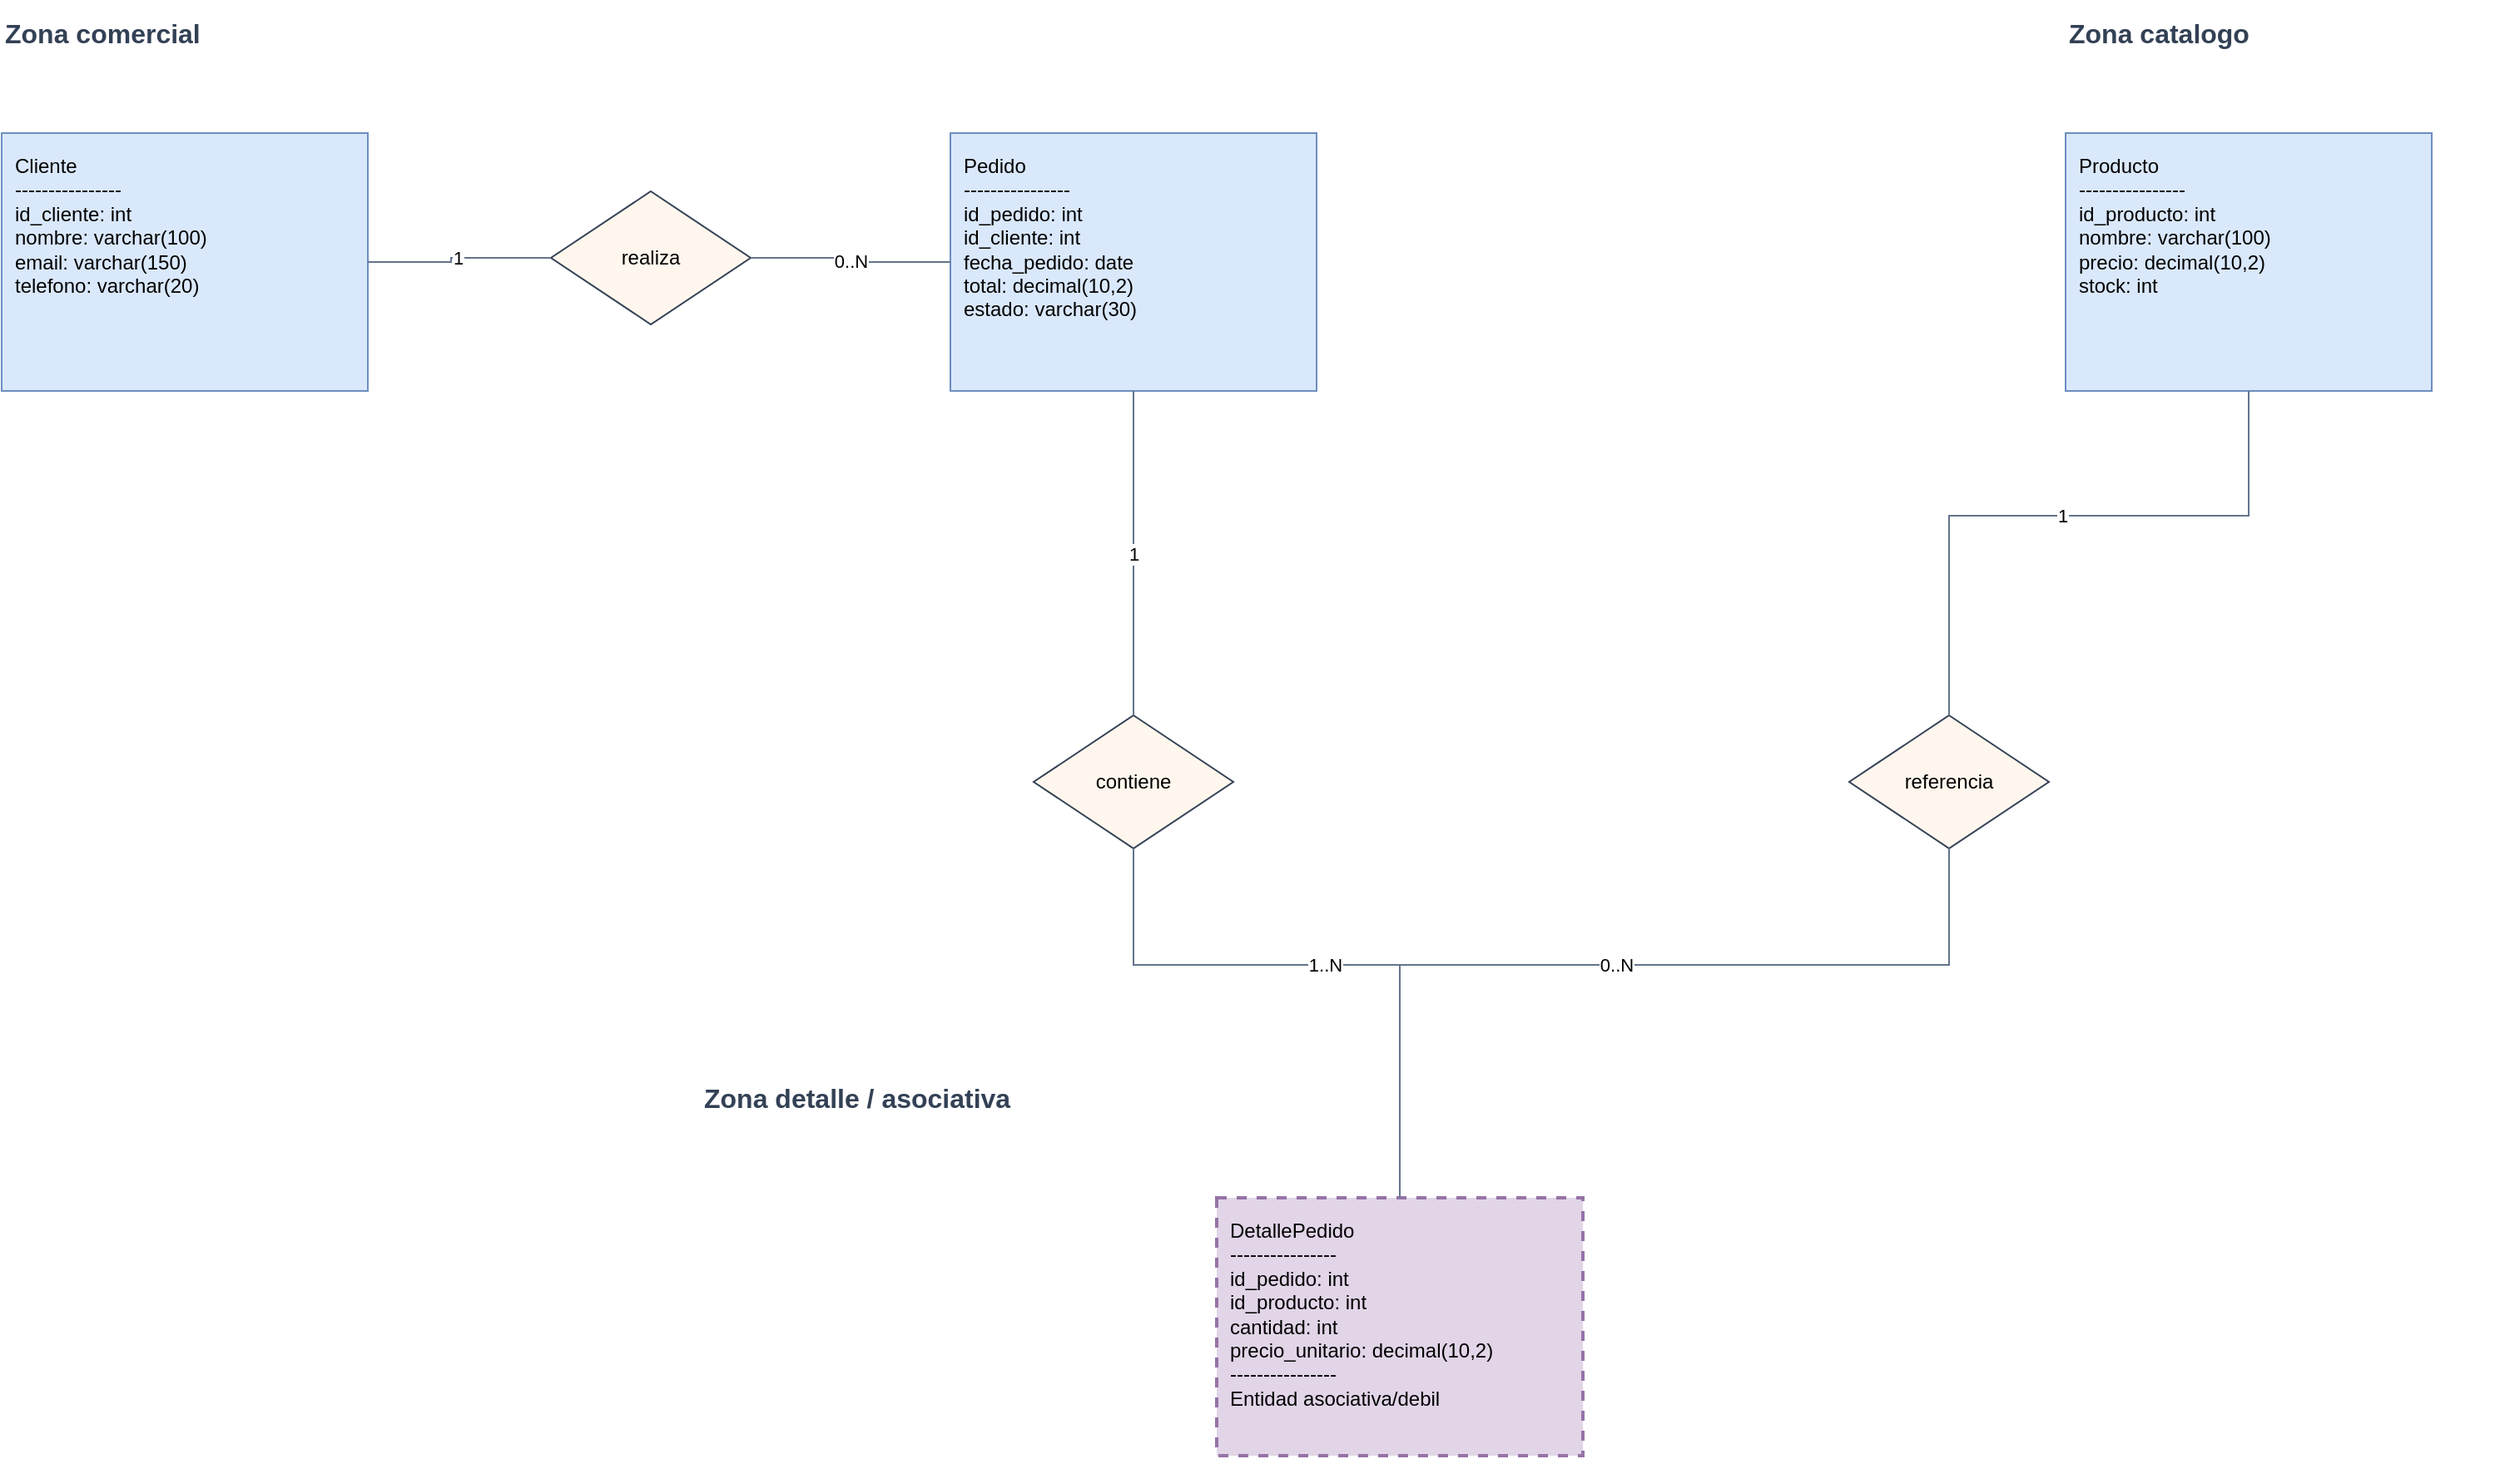
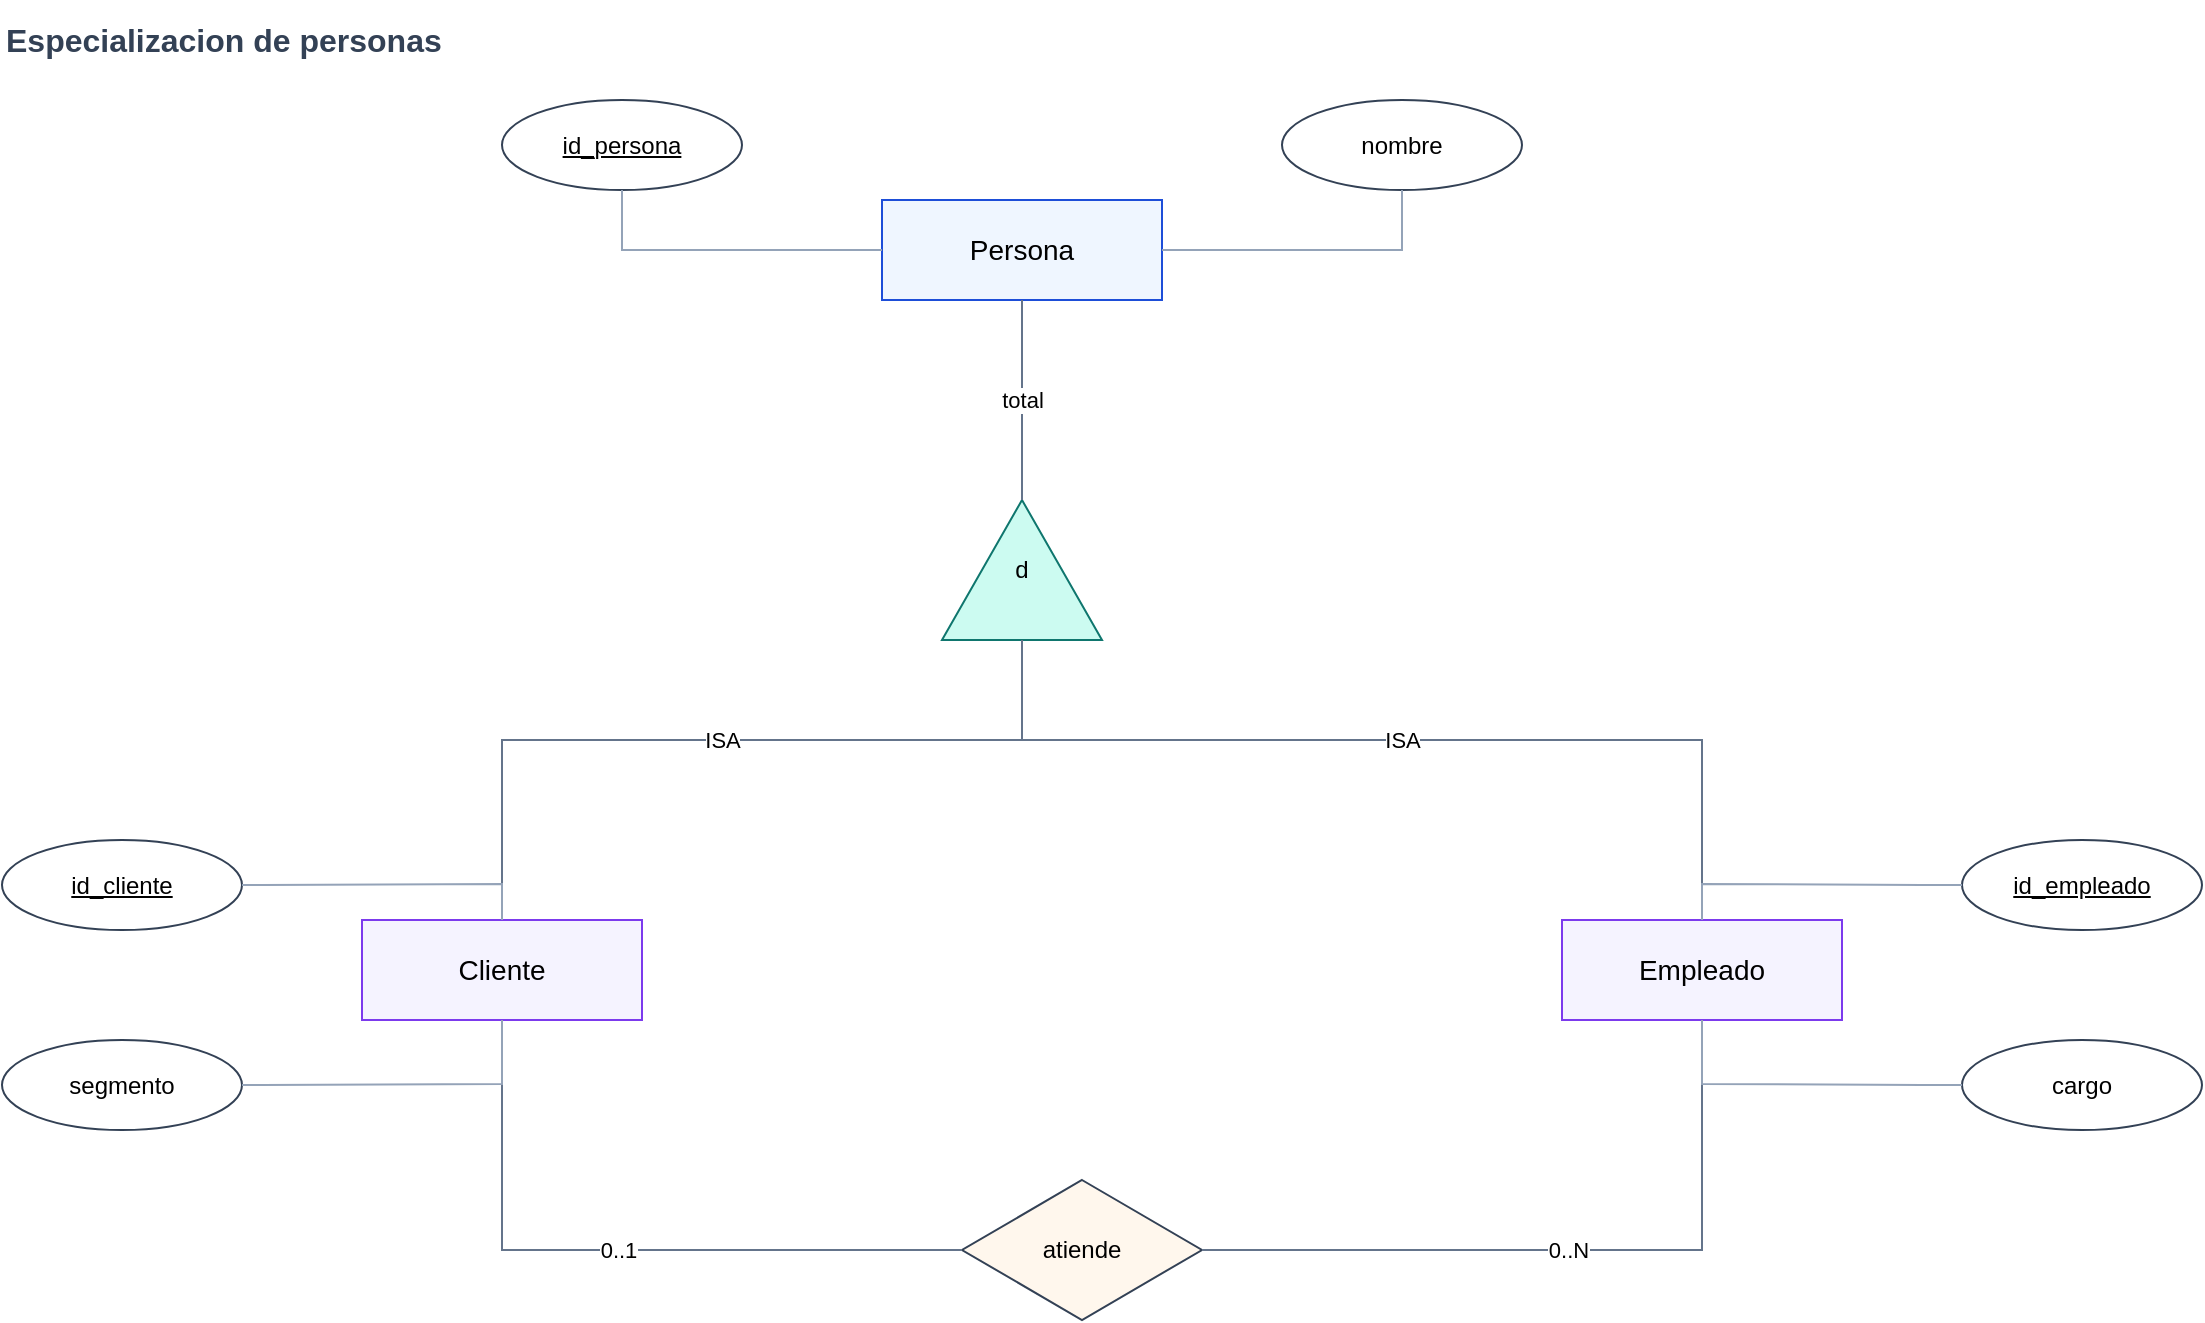
<?xml version='1.0' encoding='utf-8'?>
<mxfile host="app.diagrams.net" agent="drawio-mer-skill" version="24.7.17">
  <diagram id="mere_ejemplo" name="MERE">
    <mxGraphModel dx="1200" dy="900" grid="1" gridSize="10" guides="1" tooltips="1" connect="1" arrows="1" fold="1" page="1" pageScale="1" pageWidth="2400" pageHeight="1600" math="0" shadow="0">
      <root>
        <mxCell id="0" />
        <mxCell id="1" parent="0" />
-         <mxCell id="zone_comercial" value="Zona comercial" style="text;html=1;strokeColor=none;fillColor=none;align=left;verticalAlign=middle;whiteSpace=wrap;rounded=0;fontSize=16;fontStyle=1;fontColor=#334155;" vertex="1" parent="1">
-           <mxGeometry x="80" y="40" width="260" height="40" as="geometry" />
+         <mxCell id="zone_personas" value="Especializacion de personas" style="text;html=1;strokeColor=none;fillColor=none;align=left;verticalAlign=middle;whiteSpace=wrap;rounded=0;fontSize=16;fontStyle=1;fontColor=#334155;" vertex="1" parent="1">
+           <mxGeometry x="80" y="20" width="320" height="40" as="geometry" />
        </mxCell>
-         <mxCell id="zone_catalogo" value="Zona catalogo" style="text;html=1;strokeColor=none;fillColor=none;align=left;verticalAlign=middle;whiteSpace=wrap;rounded=0;fontSize=16;fontStyle=1;fontColor=#334155;" vertex="1" parent="1">
-           <mxGeometry x="1320" y="40" width="260" height="40" as="geometry" />
+         <mxCell id="entity_persona" value="Persona" style="rounded=0;whiteSpace=wrap;html=1;align=center;verticalAlign=middle;fontSize=14;strokeColor=#1d4ed8;fillColor=#eff6ff;" vertex="1" parent="1">
+           <mxGeometry x="520" y="120" width="140" height="50" as="geometry" />
        </mxCell>
-         <mxCell id="zone_detalle" value="Zona detalle / asociativa" style="text;html=1;strokeColor=none;fillColor=none;align=left;verticalAlign=middle;whiteSpace=wrap;rounded=0;fontSize=16;fontStyle=1;fontColor=#334155;" vertex="1" parent="1">
-           <mxGeometry x="500" y="680" width="260" height="40" as="geometry" />
+         <mxCell id="entity_cliente" value="Cliente" style="rounded=0;whiteSpace=wrap;html=1;align=center;verticalAlign=middle;fontSize=14;strokeColor=#7c3aed;fillColor=#f5f3ff;" vertex="1" parent="1">
+           <mxGeometry x="260" y="480" width="140" height="50" as="geometry" />
        </mxCell>
-         <mxCell id="entity_cliente" value="Cliente&lt;br&gt;----------------&lt;br&gt;id_cliente: int&lt;br&gt;nombre: varchar(100)&lt;br&gt;email: varchar(150)&lt;br&gt;telefono: varchar(20)" style="rounded=0;whiteSpace=wrap;html=1;align=left;verticalAlign=top;spacing=8;fontSize=12;strokeColor=#6c8ebf;fillColor=#dae8fc;" vertex="1" parent="1">
-           <mxGeometry x="80" y="120" width="220" height="155" as="geometry" />
+         <mxCell id="entity_empleado" value="Empleado" style="rounded=0;whiteSpace=wrap;html=1;align=center;verticalAlign=middle;fontSize=14;strokeColor=#7c3aed;fillColor=#f5f3ff;" vertex="1" parent="1">
+           <mxGeometry x="860" y="480" width="140" height="50" as="geometry" />
        </mxCell>
-         <mxCell id="entity_pedido" value="Pedido&lt;br&gt;----------------&lt;br&gt;id_pedido: int&lt;br&gt;id_cliente: int&lt;br&gt;fecha_pedido: date&lt;br&gt;total: decimal(10,2)&lt;br&gt;estado: varchar(30)" style="rounded=0;whiteSpace=wrap;html=1;align=left;verticalAlign=top;spacing=8;fontSize=12;strokeColor=#6c8ebf;fillColor=#dae8fc;" vertex="1" parent="1">
-           <mxGeometry x="650" y="120" width="220" height="155" as="geometry" />
+         <mxCell id="gen_persona_tipo" value="d" style="triangle;whiteSpace=wrap;html=1;align=center;verticalAlign=middle;fontSize=12;strokeColor=#0f766e;fillColor=#ccfbf1;direction=north;" vertex="1" parent="1">
+           <mxGeometry x="550" y="270" width="80" height="70" as="geometry" />
        </mxCell>
-         <mxCell id="entity_producto" value="Producto&lt;br&gt;----------------&lt;br&gt;id_producto: int&lt;br&gt;nombre: varchar(100)&lt;br&gt;precio: decimal(10,2)&lt;br&gt;stock: int" style="rounded=0;whiteSpace=wrap;html=1;align=left;verticalAlign=top;spacing=8;fontSize=12;strokeColor=#6c8ebf;fillColor=#dae8fc;" vertex="1" parent="1">
-           <mxGeometry x="1320" y="120" width="220" height="155" as="geometry" />
+         <mxCell id="rel_atiende" value="atiende" style="rhombus;whiteSpace=wrap;html=1;align=center;verticalAlign=middle;fontSize=12;strokeColor=#334155;fillColor=#fff7ed;" vertex="1" parent="1">
+           <mxGeometry x="560" y="610" width="120" height="70" as="geometry" />
        </mxCell>
-         <mxCell id="entity_detalle_pedido" value="DetallePedido&lt;br&gt;----------------&lt;br&gt;id_pedido: int&lt;br&gt;id_producto: int&lt;br&gt;cantidad: int&lt;br&gt;precio_unitario: decimal(10,2)&lt;br&gt;----------------&lt;br&gt;Entidad asociativa/debil" style="rounded=0;whiteSpace=wrap;html=1;align=left;verticalAlign=top;spacing=8;fontSize=12;strokeColor=#9673a6;fillColor=#e1d5e7;strokeWidth=2;dashed=1;" vertex="1" parent="1">
-           <mxGeometry x="810" y="760" width="220" height="155" as="geometry" />
+         <mxCell id="attr_persona_id_persona" value="id_persona" style="ellipse;whiteSpace=wrap;html=1;align=center;verticalAlign=middle;fontSize=12;strokeColor=#334155;fillColor=#ffffff;fontStyle=4;" vertex="1" parent="1">
+           <mxGeometry x="330" y="70" width="120" height="45" as="geometry" />
        </mxCell>
-         <mxCell id="rel_realiza" value="realiza" style="rhombus;whiteSpace=wrap;html=1;align=center;verticalAlign=middle;fontSize=12;strokeColor=#334155;fillColor=#fff7ed;" vertex="1" parent="1">
-           <mxGeometry x="410" y="155" width="120" height="80" as="geometry" />
+         <mxCell id="attr_persona_nombre" value="nombre" style="ellipse;whiteSpace=wrap;html=1;align=center;verticalAlign=middle;fontSize=12;strokeColor=#334155;fillColor=#ffffff;" vertex="1" parent="1">
+           <mxGeometry x="720" y="70" width="120" height="45" as="geometry" />
        </mxCell>
-         <mxCell id="rel_contiene" value="contiene" style="rhombus;whiteSpace=wrap;html=1;align=center;verticalAlign=middle;fontSize=12;strokeColor=#334155;fillColor=#fff7ed;" vertex="1" parent="1">
-           <mxGeometry x="700" y="470" width="120" height="80" as="geometry" />
+         <mxCell id="attr_cliente_id_cliente" value="id_cliente" style="ellipse;whiteSpace=wrap;html=1;align=center;verticalAlign=middle;fontSize=12;strokeColor=#334155;fillColor=#ffffff;fontStyle=4;" vertex="1" parent="1">
+           <mxGeometry x="80" y="440" width="120" height="45" as="geometry" />
        </mxCell>
-         <mxCell id="rel_referencia" value="referencia" style="rhombus;whiteSpace=wrap;html=1;align=center;verticalAlign=middle;fontSize=12;strokeColor=#334155;fillColor=#fff7ed;" vertex="1" parent="1">
-           <mxGeometry x="1190" y="470" width="120" height="80" as="geometry" />
+         <mxCell id="attr_cliente_segmento" value="segmento" style="ellipse;whiteSpace=wrap;html=1;align=center;verticalAlign=middle;fontSize=12;strokeColor=#334155;fillColor=#ffffff;" vertex="1" parent="1">
+           <mxGeometry x="80" y="540" width="120" height="45" as="geometry" />
        </mxCell>
-         <mxCell id="edge_cliente_realiza" value="1" style="edgeStyle=orthogonalEdgeStyle;rounded=0;orthogonalLoop=1;jettySize=auto;html=1;endArrow=none;endFill=0;strokeColor=#64748b;fontSize=11;" edge="1" parent="1" source="entity_cliente" target="rel_realiza">
+         <mxCell id="attr_empleado_id_empleado" value="id_empleado" style="ellipse;whiteSpace=wrap;html=1;align=center;verticalAlign=middle;fontSize=12;strokeColor=#334155;fillColor=#ffffff;fontStyle=4;" vertex="1" parent="1">
+           <mxGeometry x="1060" y="440" width="120" height="45" as="geometry" />
+         </mxCell>
+         <mxCell id="attr_empleado_cargo" value="cargo" style="ellipse;whiteSpace=wrap;html=1;align=center;verticalAlign=middle;fontSize=12;strokeColor=#334155;fillColor=#ffffff;" vertex="1" parent="1">
+           <mxGeometry x="1060" y="540" width="120" height="45" as="geometry" />
+         </mxCell>
+         <mxCell id="edge_persona_gen" value="total" style="edgeStyle=orthogonalEdgeStyle;rounded=0;orthogonalLoop=1;jettySize=auto;html=1;endArrow=none;endFill=0;strokeColor=#64748b;fontSize=11;" edge="1" parent="1" source="entity_persona" target="gen_persona_tipo">
          <mxGeometry relative="1" as="geometry">
            <Array as="points">
-               <mxPoint x="350" y="197.5" />
-               <mxPoint x="350" y="195" />
+               <mxPoint x="590" y="230" />
            </Array>
          </mxGeometry>
        </mxCell>
-         <mxCell id="edge_realiza_pedido" value="0..N" style="edgeStyle=orthogonalEdgeStyle;rounded=0;orthogonalLoop=1;jettySize=auto;html=1;endArrow=none;endFill=0;strokeColor=#64748b;fontSize=11;" edge="1" parent="1" source="rel_realiza" target="entity_pedido">
+         <mxCell id="edge_gen_cliente" value="ISA" style="edgeStyle=orthogonalEdgeStyle;rounded=0;orthogonalLoop=1;jettySize=auto;html=1;endArrow=none;endFill=0;strokeColor=#64748b;fontSize=11;" edge="1" parent="1" source="gen_persona_tipo" target="entity_cliente">
          <mxGeometry relative="1" as="geometry">
            <Array as="points">
-               <mxPoint x="590" y="195" />
-               <mxPoint x="590" y="197.5" />
+               <mxPoint x="590" y="390" />
+               <mxPoint x="330" y="390" />
            </Array>
          </mxGeometry>
        </mxCell>
-         <mxCell id="edge_pedido_contiene" value="1" style="edgeStyle=orthogonalEdgeStyle;rounded=0;orthogonalLoop=1;jettySize=auto;html=1;endArrow=none;endFill=0;strokeColor=#64748b;fontSize=11;" edge="1" parent="1" source="entity_pedido" target="rel_contiene">
+         <mxCell id="edge_gen_empleado" value="ISA" style="edgeStyle=orthogonalEdgeStyle;rounded=0;orthogonalLoop=1;jettySize=auto;html=1;endArrow=none;endFill=0;strokeColor=#64748b;fontSize=11;" edge="1" parent="1" source="gen_persona_tipo" target="entity_empleado">
          <mxGeometry relative="1" as="geometry">
            <Array as="points">
-               <mxPoint x="760" y="360" />
+               <mxPoint x="590" y="390" />
+               <mxPoint x="930" y="390" />
            </Array>
          </mxGeometry>
        </mxCell>
-         <mxCell id="edge_contiene_detalle" value="1..N" style="edgeStyle=orthogonalEdgeStyle;rounded=0;orthogonalLoop=1;jettySize=auto;html=1;endArrow=none;endFill=0;strokeColor=#64748b;fontSize=11;" edge="1" parent="1" source="rel_contiene" target="entity_detalle_pedido">
+         <mxCell id="edge_cliente_atiende" value="0..1" style="edgeStyle=orthogonalEdgeStyle;rounded=0;orthogonalLoop=1;jettySize=auto;html=1;endArrow=none;endFill=0;strokeColor=#64748b;fontSize=11;" edge="1" parent="1" source="entity_cliente" target="rel_atiende">
          <mxGeometry relative="1" as="geometry">
            <Array as="points">
-               <mxPoint x="760" y="620" />
-               <mxPoint x="920" y="620" />
+               <mxPoint x="330" y="645" />
            </Array>
          </mxGeometry>
        </mxCell>
-         <mxCell id="edge_detalle_referencia" value="0..N" style="edgeStyle=orthogonalEdgeStyle;rounded=0;orthogonalLoop=1;jettySize=auto;html=1;endArrow=none;endFill=0;strokeColor=#64748b;fontSize=11;" edge="1" parent="1" source="entity_detalle_pedido" target="rel_referencia">
+         <mxCell id="edge_empleado_atiende" value="0..N" style="edgeStyle=orthogonalEdgeStyle;rounded=0;orthogonalLoop=1;jettySize=auto;html=1;endArrow=none;endFill=0;strokeColor=#64748b;fontSize=11;" edge="1" parent="1" source="entity_empleado" target="rel_atiende">
          <mxGeometry relative="1" as="geometry">
            <Array as="points">
-               <mxPoint x="920" y="620" />
-               <mxPoint x="1250" y="620" />
+               <mxPoint x="930" y="645" />
            </Array>
          </mxGeometry>
        </mxCell>
-         <mxCell id="edge_referencia_producto" value="1" style="edgeStyle=orthogonalEdgeStyle;rounded=0;orthogonalLoop=1;jettySize=auto;html=1;endArrow=none;endFill=0;strokeColor=#64748b;fontSize=11;" edge="1" parent="1" source="rel_referencia" target="entity_producto">
+         <mxCell id="edge_persona_attr_id" value="" style="edgeStyle=orthogonalEdgeStyle;rounded=0;orthogonalLoop=1;jettySize=auto;html=1;endArrow=none;endFill=0;strokeColor=#94a3b8;" edge="1" parent="1" source="attr_persona_id_persona" target="entity_persona">
          <mxGeometry relative="1" as="geometry">
            <Array as="points">
-               <mxPoint x="1250" y="350" />
-               <mxPoint x="1430" y="350" />
+               <mxPoint x="390" y="145" />
+             </Array>
+           </mxGeometry>
+         </mxCell>
+         <mxCell id="edge_persona_attr_nombre" value="" style="edgeStyle=orthogonalEdgeStyle;rounded=0;orthogonalLoop=1;jettySize=auto;html=1;endArrow=none;endFill=0;strokeColor=#94a3b8;" edge="1" parent="1" source="attr_persona_nombre" target="entity_persona">
+           <mxGeometry relative="1" as="geometry">
+             <Array as="points">
+               <mxPoint x="780" y="145" />
+             </Array>
+           </mxGeometry>
+         </mxCell>
+         <mxCell id="edge_cliente_attr_id" value="" style="edgeStyle=orthogonalEdgeStyle;rounded=0;orthogonalLoop=1;jettySize=auto;html=1;endArrow=none;endFill=0;strokeColor=#94a3b8;" edge="1" parent="1" source="attr_cliente_id_cliente" target="entity_cliente">
+           <mxGeometry relative="1" as="geometry">
+             <Array as="points">
+               <mxPoint x="210" y="462" />
+               <mxPoint x="260" y="462" />
+             </Array>
+           </mxGeometry>
+         </mxCell>
+         <mxCell id="edge_cliente_attr_segmento" value="" style="edgeStyle=orthogonalEdgeStyle;rounded=0;orthogonalLoop=1;jettySize=auto;html=1;endArrow=none;endFill=0;strokeColor=#94a3b8;" edge="1" parent="1" source="attr_cliente_segmento" target="entity_cliente">
+           <mxGeometry relative="1" as="geometry">
+             <Array as="points">
+               <mxPoint x="210" y="562" />
+               <mxPoint x="260" y="562" />
+             </Array>
+           </mxGeometry>
+         </mxCell>
+         <mxCell id="edge_empleado_attr_id" value="" style="edgeStyle=orthogonalEdgeStyle;rounded=0;orthogonalLoop=1;jettySize=auto;html=1;endArrow=none;endFill=0;strokeColor=#94a3b8;" edge="1" parent="1" source="attr_empleado_id_empleado" target="entity_empleado">
+           <mxGeometry relative="1" as="geometry">
+             <Array as="points">
+               <mxPoint x="1040" y="462" />
+               <mxPoint x="1000" y="462" />
+             </Array>
+           </mxGeometry>
+         </mxCell>
+         <mxCell id="edge_empleado_attr_cargo" value="" style="edgeStyle=orthogonalEdgeStyle;rounded=0;orthogonalLoop=1;jettySize=auto;html=1;endArrow=none;endFill=0;strokeColor=#94a3b8;" edge="1" parent="1" source="attr_empleado_cargo" target="entity_empleado">
+           <mxGeometry relative="1" as="geometry">
+             <Array as="points">
+               <mxPoint x="1040" y="562" />
+               <mxPoint x="1000" y="562" />
            </Array>
          </mxGeometry>
        </mxCell>
      </root>
    </mxGraphModel>
  </diagram>
</mxfile>